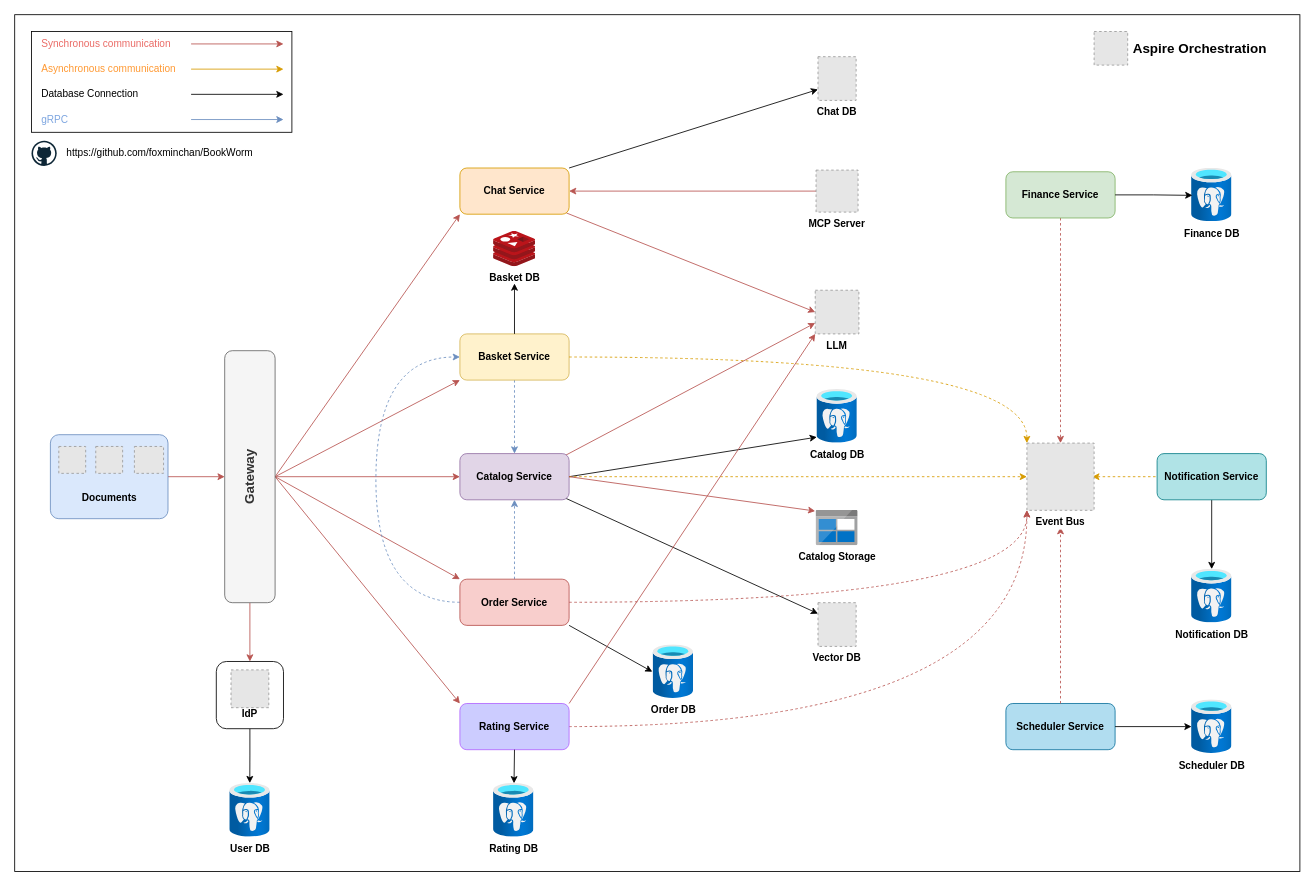
Earlier version of the draw.io diagram assets/BookWorm.drawio (foxminchan/BookWorm). Source tidied: cells renumbered, new cells numbered last; positions are measured from the earlier drawing's top-left corner, leaving out a move shared by most shapes. Both pictures are drawn from the tidied source at 84%, with x=0, y=0 at pixel (14, 14). Pictures stored in the file or linked from it are replaced by grey dashed boxes.
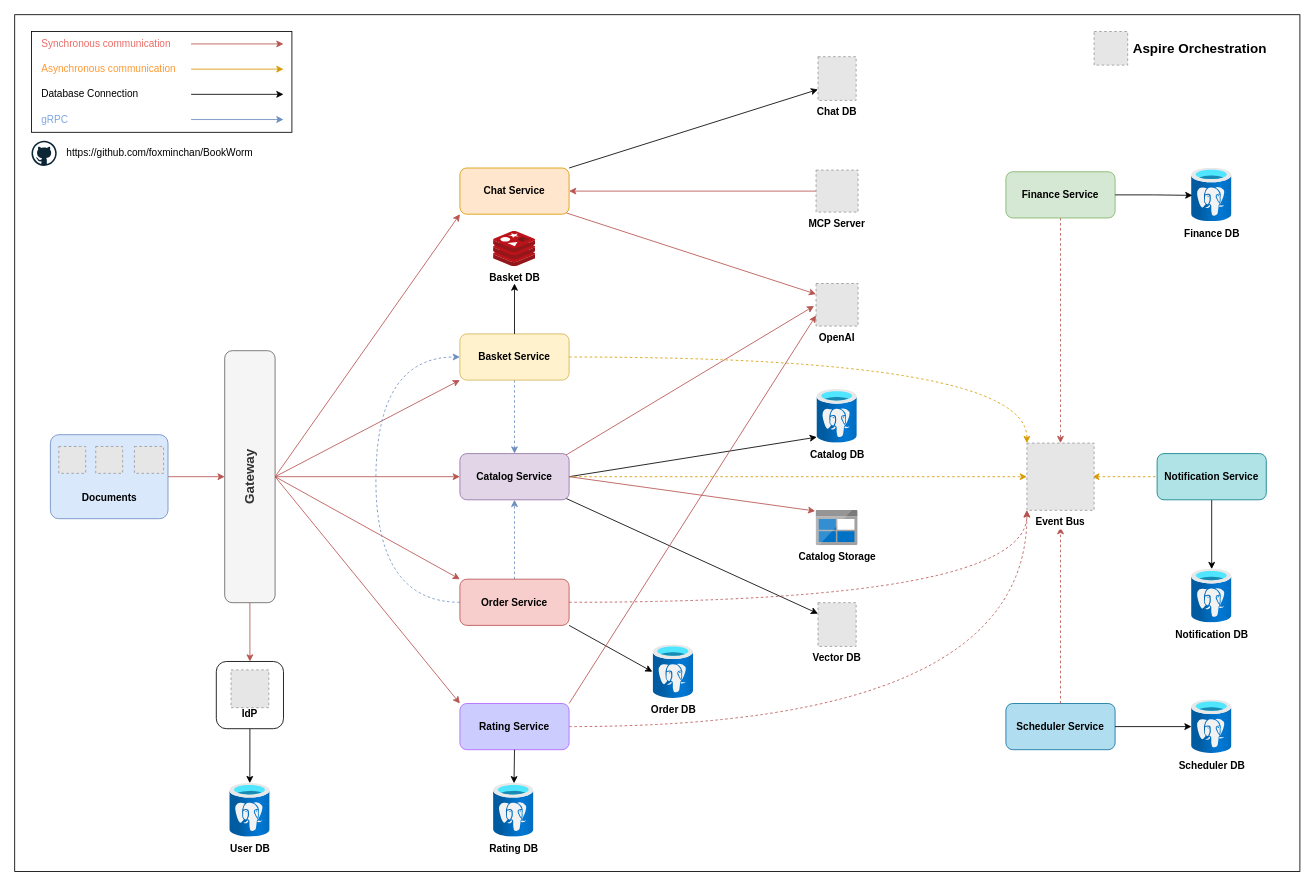
After the change.

The change refers to these unchanged cells:
```xml
<mxCell id="12" value="Catalog Service" style="rounded=1;whiteSpace=wrap;html=1;fontStyle=1;fillColor=#e1d5e7;strokeColor=#9673a6;" parent="1" vertex="1">
  <mxGeometry x="530" y="522.5" width="130" height="55" as="geometry" />
</mxCell>
<mxCell id="45" value="Chat Service" style="rounded=1;whiteSpace=wrap;html=1;fontStyle=1;fillColor=#ffe6cc;strokeColor=#d79b00;" parent="1" vertex="1">
  <mxGeometry x="530" y="182.5" width="130" height="55" as="geometry" />
</mxCell>
<mxCell id="75" value="Rating Service" style="rounded=1;whiteSpace=wrap;html=1;fontStyle=1;fillColor=#CCCCFF;strokeColor=#B266FF;fontColor=#000000;" parent="1" vertex="1">
  <mxGeometry x="530" y="820" width="130" height="55" as="geometry" />
</mxCell>
```

What changed in the source:
```diff
@@
-    <mxCell id="11" style="rounded=0;jettySize=auto;html=1;exitX=0.971;exitY=0.032;exitDx=0;exitDy=0;entryX=0;entryY=0.75;entryDx=0;entryDy=0;fillColor=#f8cecc;strokeColor=#b85450;exitPerimeter=0;" parent="1" edge="1" source="12" target="50">
+    <mxCell id="11" style="rounded=0;jettySize=auto;html=1;exitX=0.971;exitY=0.032;exitDx=0;exitDy=0;entryX=-0.047;entryY=0.527;entryDx=0;entryDy=0;fillColor=#f8cecc;strokeColor=#b85450;exitPerimeter=0;entryPerimeter=0;" parent="1" edge="1" source="12" target="83">
       <mxGeometry relative="1" as="geometry" />
     </mxCell>
@@
-    <mxCell id="44" style="rounded=0;jettySize=auto;html=1;exitX=0.975;exitY=0.973;exitDx=0;exitDy=0;fillColor=#f8cecc;strokeColor=#b85450;entryX=0;entryY=0.5;entryDx=0;entryDy=0;exitPerimeter=0;" parent="1" edge="1" source="45" target="50">
+    <mxCell id="44" style="rounded=0;jettySize=auto;html=1;exitX=0.975;exitY=0.973;exitDx=0;exitDy=0;fillColor=#f8cecc;strokeColor=#b85450;entryX=0;entryY=0.25;entryDx=0;entryDy=0;exitPerimeter=0;" parent="1" edge="1" source="45" target="83">
       <mxGeometry relative="1" as="geometry" />
     </mxCell>
@@
-    <mxCell id="50" value="LLM" style="fillColor=#E6E6E6;strokeColor=#999999;dashed=1;verticalLabelPosition=bottom;labelBackgroundColor=default;verticalAlign=top;fontStyle=1;" parent="1" vertex="1">
-      <mxGeometry x="953" y="328" width="52" height="52" as="geometry" />
-    </mxCell>
@@
-    <mxCell id="74" style="rounded=0;jettySize=auto;html=1;exitX=1;exitY=0;exitDx=0;exitDy=0;entryX=0;entryY=1;entryDx=0;entryDy=0;fillColor=#f8cecc;strokeColor=#b85450;" parent="1" edge="1" source="75" target="50">
+    <mxCell id="74" style="rounded=0;jettySize=auto;html=1;exitX=1;exitY=0;exitDx=0;exitDy=0;entryX=0;entryY=0.75;entryDx=0;entryDy=0;fillColor=#f8cecc;strokeColor=#b85450;" parent="1" edge="1" source="75" target="83">
       <mxGeometry relative="1" as="geometry" />
     </mxCell>
@@
+    <mxCell id="83" value="OpenAI" style="fillColor=#E6E6E6;strokeColor=#999999;dashed=1;verticalLabelPosition=bottom;labelBackgroundColor=default;verticalAlign=top;fontStyle=1;" parent="1" vertex="1">
+      <mxGeometry x="954" y="320" width="50" height="50.7" as="geometry" />
+    </mxCell>
```
